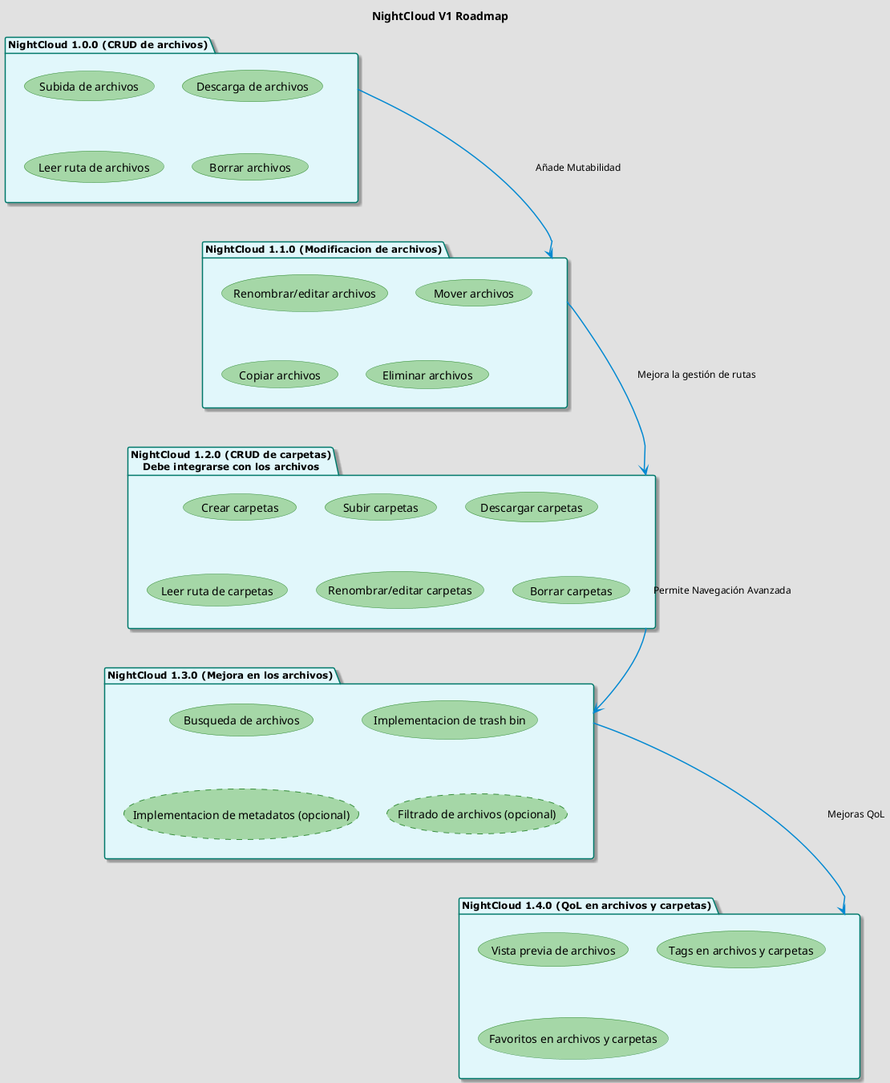
This is documentation/generated/nightcloud-uc-v1.png from xNeuNoRo/nightcloud, a PlantUML export, as it was before one commit.
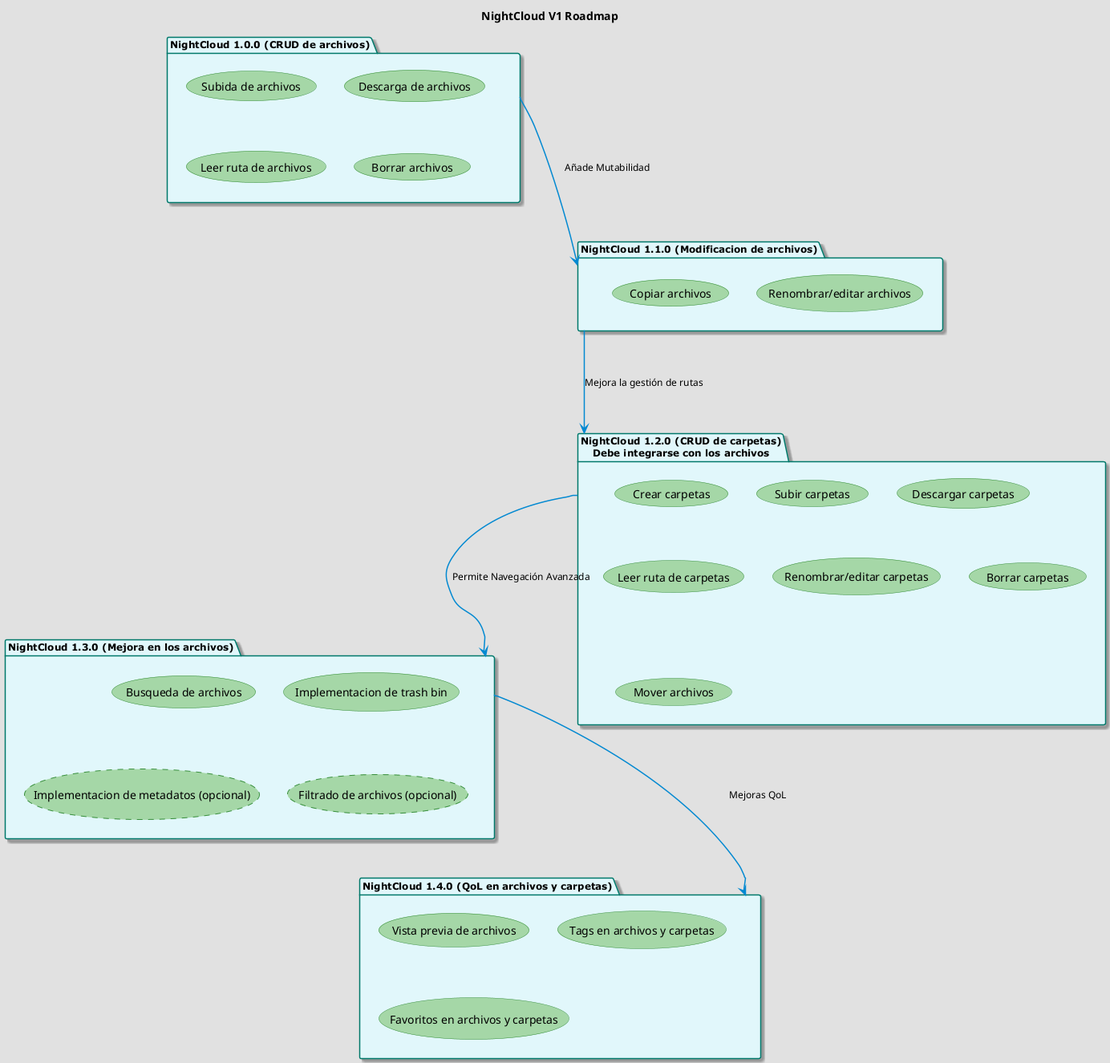
The same diagram one commit later.

Commit message:
feat: update use cases in roadmap diagram for NightCloud V1

The edit, as a diff of the source:
```diff
@@ -32,9 +32,7 @@
 
 package "NightCloud 1.1.0 (Modificacion de archivos)" as v2 {
     usecase "Renombrar/editar archivos" as UC5
-    usecase "Mover archivos" as UC6
     usecase "Copiar archivos" as UC7
-    usecase "Eliminar archivos" as UC8
 }
 
 package "NightCloud 1.2.0 (CRUD de carpetas)\nDebe integrarse con los archivos" as v3 {
@@ -44,6 +42,7 @@
     usecase "Leer ruta de carpetas" as UC12
     usecase "Renombrar/editar carpetas" as UC13
     usecase "Borrar carpetas" as UC14
+    usecase "Mover archivos" as UC6
 }
 
 package "NightCloud 1.3.0 (Mejora en los archivos)" as v4 {
```
